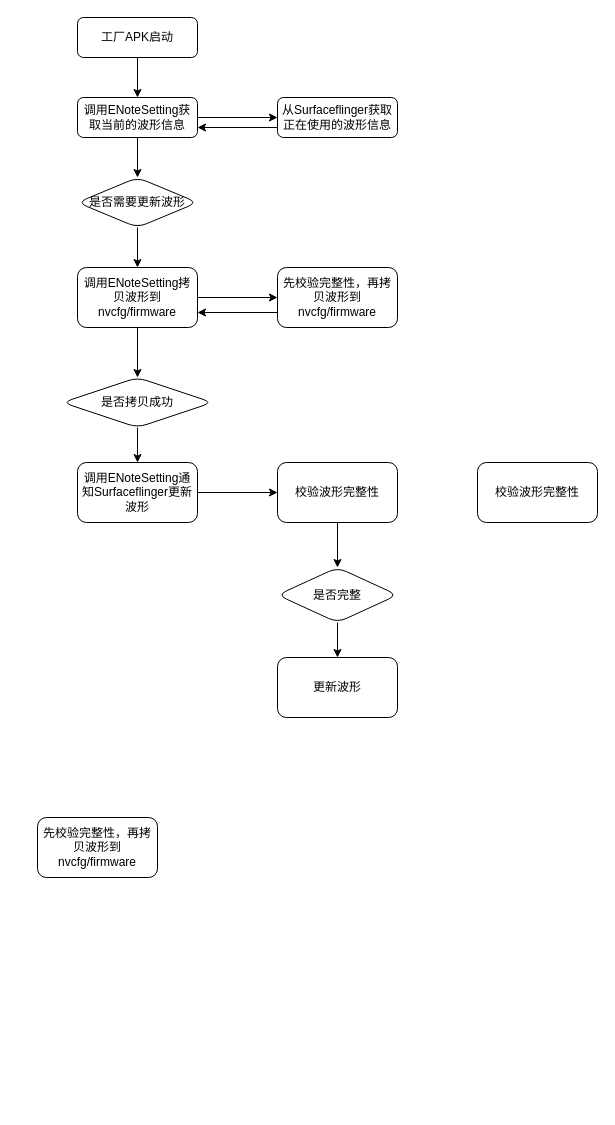
Above: 波形升级.drawio in xubinlu/android-journey (draw.io), before the change. Source tidied: cells renumbered, new cells numbered last; positions are measured from the earlier drawing's top-left corner, leaving out a move shared by most shapes. Both pictures are drawn from the tidied source at 100%, with x=0, y=0 at pixel (37, 17).
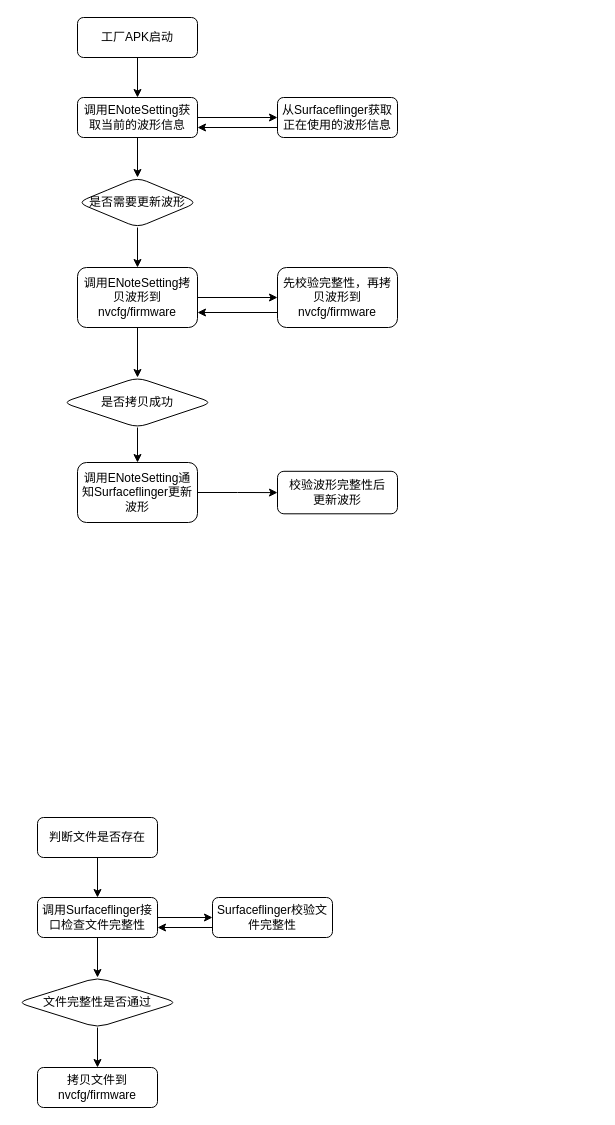
Above is the later version.

Commit message:
更新波形升级.drawio

Diff of the diagram source:
```diff
@@
-    <mxCell id="20" style="edgeStyle=orthogonalEdgeStyle;rounded=0;jettySize=auto;html=1;" parent="1" edge="1" source="21" target="24">
-      <mxGeometry relative="1" as="geometry" />
-    </mxCell>
-    <mxCell id="21" value="校验波形完整性" style="whiteSpace=wrap;html=1;rounded=1;glass=0;strokeWidth=1;shadow=0;" parent="1" vertex="1">
-      <mxGeometry x="240" y="445" width="120" height="60" as="geometry" />
+    <mxCell id="21" value="校验波形完整性后&lt;div&gt;更新波形&lt;/div&gt;" style="whiteSpace=wrap;html=1;rounded=1;glass=0;strokeWidth=1;shadow=0;" parent="1" vertex="1">
+      <mxGeometry x="240" y="453.8" width="120" height="42.5" as="geometry" />
     </mxCell>
-    <mxCell id="22" value="校验波形完整性" style="whiteSpace=wrap;html=1;rounded=1;glass=0;strokeWidth=1;shadow=0;" parent="1" vertex="1">
-      <mxGeometry x="440" y="445" width="120" height="60" as="geometry" />
-    </mxCell>
-    <mxCell id="23" style="edgeStyle=orthogonalEdgeStyle;rounded=0;jettySize=auto;html=1;" parent="1" edge="1" source="24" target="25">
-      <mxGeometry relative="1" as="geometry" />
-    </mxCell>
-    <mxCell id="24" value="是否完整" style="rhombus;whiteSpace=wrap;html=1;rounded=1;glass=0;strokeWidth=1;shadow=0;" parent="1" vertex="1">
-      <mxGeometry x="240" y="550" width="120" height="55" as="geometry" />
-    </mxCell>
-    <mxCell id="25" value="更新波形" style="whiteSpace=wrap;html=1;rounded=1;glass=0;strokeWidth=1;shadow=0;" parent="1" vertex="1">
-      <mxGeometry x="240" y="640" width="120" height="60" as="geometry" />
-    </mxCell>
+    <mxCell id="27" style="edgeStyle=orthogonalEdgeStyle;rounded=0;jettySize=auto;html=1;" parent="1" edge="1" source="26" target="30">
+      <mxGeometry relative="1" as="geometry" />
+    </mxCell>
-    <mxCell id="26" value="先校验完整性，再拷贝波形到nvcfg/firmware" style="whiteSpace=wrap;html=1;rounded=1;glass=0;strokeWidth=1;shadow=0;" parent="1" vertex="1">
-      <mxGeometry y="800" width="120" height="60" as="geometry" />
+    <mxCell id="26" value="判断文件是否存在" style="whiteSpace=wrap;html=1;rounded=1;glass=0;strokeWidth=1;shadow=0;" parent="1" vertex="1">
+      <mxGeometry y="800" width="120" height="40" as="geometry" />
     </mxCell>
+    <mxCell id="28" style="edgeStyle=orthogonalEdgeStyle;rounded=0;jettySize=auto;html=1;" parent="1" edge="1" source="30" target="32">
+      <mxGeometry relative="1" as="geometry" />
+    </mxCell>
+    <mxCell id="29" style="edgeStyle=orthogonalEdgeStyle;rounded=0;jettySize=auto;html=1;" parent="1" edge="1" source="30" target="34">
+      <mxGeometry relative="1" as="geometry" />
+    </mxCell>
+    <mxCell id="30" value="调用Surfaceflinger接口检查文件完整性" style="whiteSpace=wrap;html=1;rounded=1;glass=0;strokeWidth=1;shadow=0;" parent="1" vertex="1">
+      <mxGeometry y="880" width="120" height="40" as="geometry" />
+    </mxCell>
+    <mxCell id="31" style="edgeStyle=orthogonalEdgeStyle;rounded=0;jettySize=auto;html=1;exitX=0;exitY=0.75;exitDx=0;exitDy=0;entryX=1;entryY=0.75;entryDx=0;entryDy=0;" parent="1" edge="1" source="32" target="30">
+      <mxGeometry relative="1" as="geometry" />
+    </mxCell>
+    <mxCell id="32" value="Surfaceflinger校验文件完整性" style="whiteSpace=wrap;html=1;rounded=1;glass=0;strokeWidth=1;shadow=0;" parent="1" vertex="1">
+      <mxGeometry x="175" y="880" width="120" height="40" as="geometry" />
+    </mxCell>
+    <mxCell id="33" style="edgeStyle=orthogonalEdgeStyle;rounded=0;jettySize=auto;html=1;" parent="1" edge="1" source="34" target="35">
+      <mxGeometry relative="1" as="geometry" />
+    </mxCell>
+    <mxCell id="34" value="文件完整性是否通过" style="rhombus;whiteSpace=wrap;html=1;rounded=1;glass=0;strokeWidth=1;shadow=0;" parent="1" vertex="1">
+      <mxGeometry x="-20" y="960" width="160" height="50" as="geometry" />
+    </mxCell>
+    <mxCell id="35" value="拷贝文件到&lt;div&gt;nvcfg/firmware&lt;/div&gt;" style="whiteSpace=wrap;html=1;rounded=1;glass=0;strokeWidth=1;shadow=0;" parent="1" vertex="1">
+      <mxGeometry y="1050" width="120" height="40" as="geometry" />
+    </mxCell>
```
